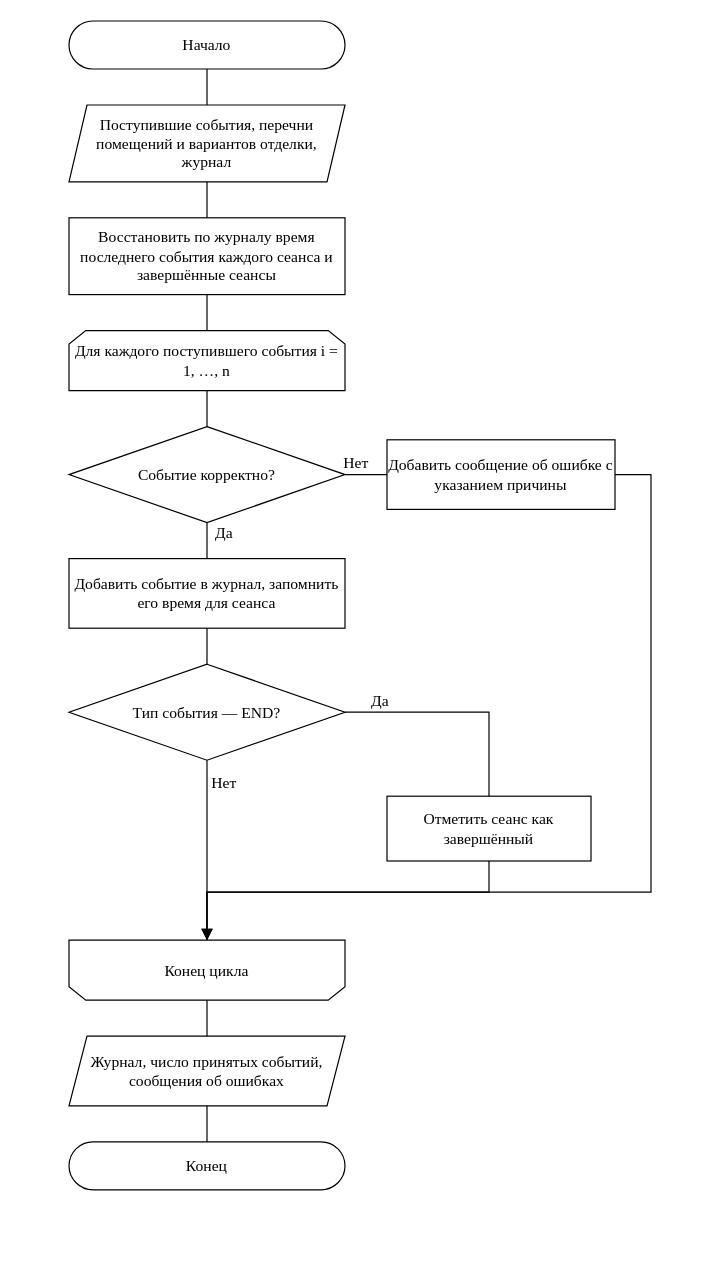
kiraefrem0va/real-estate-virtual-tour keeps this draw.io diagram as docs/diagrams/algorithm_1.drawio. Above is the earlier version. Source tidied: cells renumbered, new cells numbered last; positions are measured from the earlier drawing's top-left corner, leaving out a move shared by most shapes. Both pictures are drawn from the tidied source at 120%, with x=0, y=0 at pixel (68, 20).
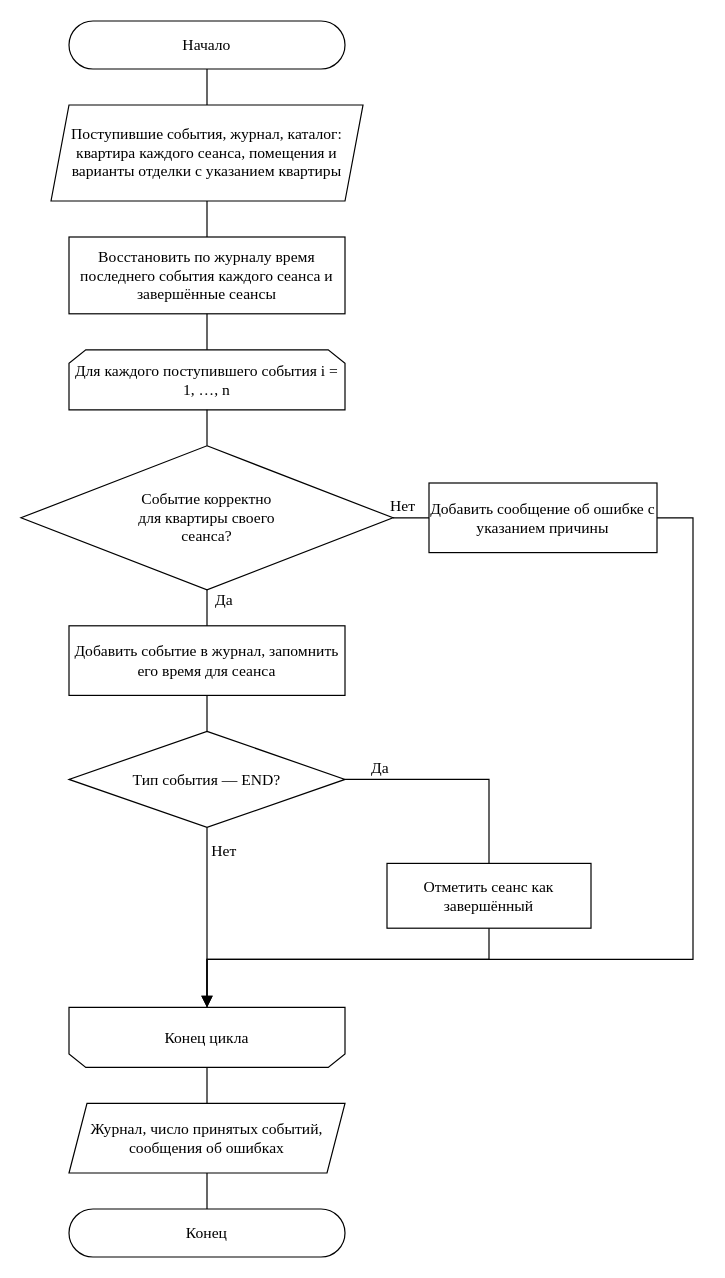
The same page after the edit.

What changed in the source:
```diff
@@
-    <mxCell id="3" value="Поступившие события, перечни помещений и вариантов отделки, журнал" style="shape=parallelogram;perimeter=parallelogramPerimeter;fixedSize=1;size=15;spacingLeft=16;spacingRight=16;whiteSpace=wrap;html=1;fillColor=#ffffff;strokeColor=#000000;fontFamily=Times New Roman;fontSize=13;fontColor=#000000;" parent="1" vertex="1">
-      <mxGeometry y="70" width="230" height="64" as="geometry" />
+    <mxCell id="3" value="Поступившие события, журнал, каталог: квартира каждого сеанса, помещения и варианты отделки с указанием квартиры" style="shape=parallelogram;perimeter=parallelogramPerimeter;fixedSize=1;size=15;spacingLeft=16;spacingRight=16;whiteSpace=wrap;html=1;fillColor=#ffffff;strokeColor=#000000;fontFamily=Times New Roman;fontSize=13;fontColor=#000000;" parent="1" vertex="1">
+      <mxGeometry x="-15" y="70" width="260" height="80" as="geometry" />
     </mxCell>
     <mxCell id="4" value="Восстановить по журналу время последнего события каждого сеанса и завершённые сеансы" style="rounded=0;whiteSpace=wrap;html=1;fillColor=#ffffff;strokeColor=#000000;fontFamily=Times New Roman;fontSize=13;fontColor=#000000;" parent="1" vertex="1">
-      <mxGeometry y="164" width="230" height="64" as="geometry" />
+      <mxGeometry y="180" width="230" height="64" as="geometry" />
     </mxCell>
     <mxCell id="5" value="Для каждого поступившего события i = 1, …, n" style="shape=loopLimit;size=14;whiteSpace=wrap;html=1;fillColor=#ffffff;strokeColor=#000000;fontFamily=Times New Roman;fontSize=13;fontColor=#000000;" parent="1" vertex="1">
-      <mxGeometry y="258" width="230" height="50" as="geometry" />
+      <mxGeometry y="274" width="230" height="50" as="geometry" />
     </mxCell>
-    <mxCell id="6" value="Событие корректно?" style="rhombus;whiteSpace=wrap;html=1;fillColor=#ffffff;strokeColor=#000000;fontFamily=Times New Roman;fontSize=13;fontColor=#000000;" parent="1" vertex="1">
-      <mxGeometry y="338" width="230" height="80" as="geometry" />
+    <mxCell id="6" value="Событие корректно&lt;br&gt;для квартиры своего&lt;br&gt;сеанса?" style="rhombus;whiteSpace=wrap;html=1;fillColor=#ffffff;strokeColor=#000000;fontFamily=Times New Roman;fontSize=13;fontColor=#000000;" parent="1" vertex="1">
+      <mxGeometry x="-40" y="354" width="310" height="120" as="geometry" />
     </mxCell>
     <mxCell id="7" value="Добавить событие в журнал, запомнить его время для сеанса" style="rounded=0;whiteSpace=wrap;html=1;fillColor=#ffffff;strokeColor=#000000;fontFamily=Times New Roman;fontSize=13;fontColor=#000000;" parent="1" vertex="1">
-      <mxGeometry y="448" width="230" height="58" as="geometry" />
+      <mxGeometry y="504" width="230" height="58" as="geometry" />
     </mxCell>
     <mxCell id="8" value="Тип события — END?" style="rhombus;whiteSpace=wrap;html=1;fillColor=#ffffff;strokeColor=#000000;fontFamily=Times New Roman;fontSize=13;fontColor=#000000;" parent="1" vertex="1">
-      <mxGeometry y="536" width="230" height="80" as="geometry" />
+      <mxGeometry y="592" width="230" height="80" as="geometry" />
     </mxCell>
     <mxCell id="9" value="Отметить сеанс как завершённый" style="rounded=0;whiteSpace=wrap;html=1;fillColor=#ffffff;strokeColor=#000000;fontFamily=Times New Roman;fontSize=13;fontColor=#000000;" parent="1" vertex="1">
-      <mxGeometry x="265" y="646" width="170" height="54" as="geometry" />
+      <mxGeometry x="265" y="702" width="170" height="54" as="geometry" />
     </mxCell>
     <mxCell id="10" value="Конец цикла" style="shape=loopLimit;size=14;flipV=1;whiteSpace=wrap;html=1;fillColor=#ffffff;strokeColor=#000000;fontFamily=Times New Roman;fontSize=13;fontColor=#000000;" parent="1" vertex="1">
-      <mxGeometry y="766" width="230" height="50" as="geometry" />
+      <mxGeometry y="822" width="230" height="50" as="geometry" />
     </mxCell>
     <mxCell id="11" value="Журнал, число принятых событий, сообщения об ошибках" style="shape=parallelogram;perimeter=parallelogramPerimeter;fixedSize=1;size=15;spacingLeft=16;spacingRight=16;whiteSpace=wrap;html=1;fillColor=#ffffff;strokeColor=#000000;fontFamily=Times New Roman;fontSize=13;fontColor=#000000;" parent="1" vertex="1">
-      <mxGeometry y="846" width="230" height="58" as="geometry" />
+      <mxGeometry y="902" width="230" height="58" as="geometry" />
     </mxCell>
     <mxCell id="12" value="Конец" style="rounded=1;arcSize=50;whiteSpace=wrap;html=1;fillColor=#ffffff;strokeColor=#000000;fontFamily=Times New Roman;fontSize=13;fontColor=#000000;" parent="1" vertex="1">
-      <mxGeometry y="934" width="230" height="40" as="geometry" />
+      <mxGeometry y="990" width="230" height="40" as="geometry" />
     </mxCell>
     <mxCell id="13" value="Добавить сообщение об ошибке с указанием причины" style="rounded=0;whiteSpace=wrap;html=1;fillColor=#ffffff;strokeColor=#000000;fontFamily=Times New Roman;fontSize=13;fontColor=#000000;" parent="1" vertex="1">
-      <mxGeometry x="265" y="349" width="190" height="58" as="geometry" />
+      <mxGeometry x="300" y="385" width="190" height="58" as="geometry" />
     </mxCell>
@@
     <mxCell id="21" value="Да" style="edgeStyle=none;rounded=0;html=1;strokeColor=#000000;fontFamily=Times New Roman;fontSize=13;fontColor=#000000;endArrow=none;" parent="1" edge="1" source="8" target="9">
       <mxGeometry x="-0.7" relative="1" as="geometry">
         <Array as="points">
-          <mxPoint x="350" y="576" />
+          <mxPoint x="350" y="632" />
         </Array>
         <mxPoint y="-10" as="offset" />
       </mxGeometry>
     </mxCell>
@@
     <mxCell id="23" style="edgeStyle=none;rounded=0;html=1;strokeColor=#000000;fontFamily=Times New Roman;fontSize=13;fontColor=#000000;endArrow=block;endFill=1;endSize=7;" parent="1" edge="1" source="9" target="10">
       <mxGeometry relative="1" as="geometry">
         <Array as="points">
-          <mxPoint x="350" y="726" />
-          <mxPoint x="115" y="726" />
+          <mxPoint x="350" y="782" />
+          <mxPoint x="115" y="782" />
         </Array>
       </mxGeometry>
     </mxCell>
     <mxCell id="24" style="edgeStyle=none;rounded=0;html=1;strokeColor=#000000;fontFamily=Times New Roman;fontSize=13;fontColor=#000000;endArrow=block;endFill=1;endSize=7;" parent="1" edge="1" source="13" target="10">
       <mxGeometry relative="1" as="geometry">
         <Array as="points">
-          <mxPoint x="485" y="378" />
-          <mxPoint x="485" y="726" />
-          <mxPoint x="115" y="726" />
+          <mxPoint x="520" y="414" />
+          <mxPoint x="520" y="782" />
+          <mxPoint x="115" y="782" />
         </Array>
       </mxGeometry>
     </mxCell>
```
